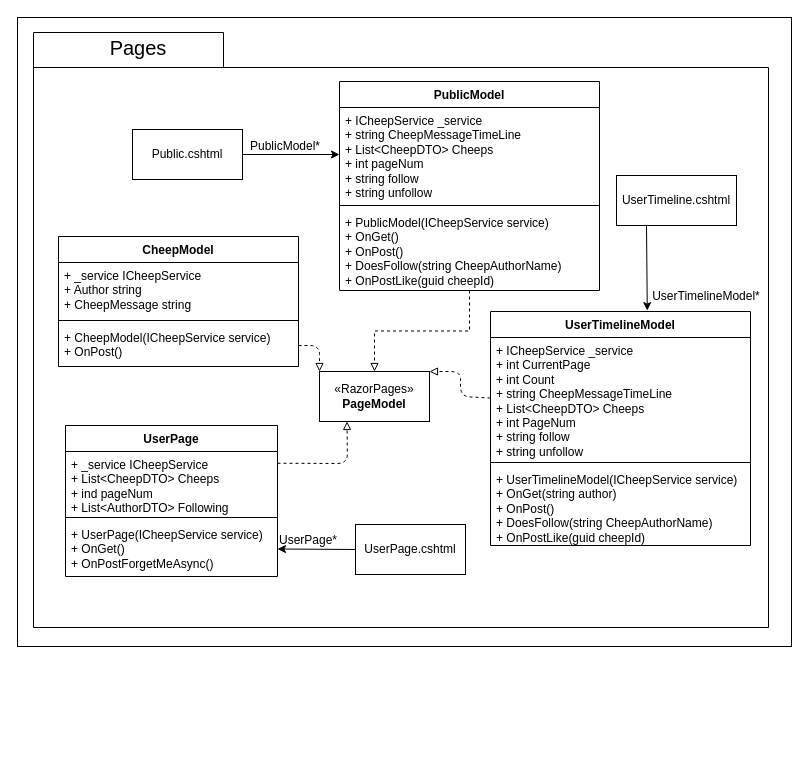
Earlier version of the draw.io diagram Docs/Images/PackagesUMLClassDiagrams/PackagePagesUMLDiagram.drawio (ITU-BDSA23-GROUP4/Chirp). Source tidied: cells renumbered, new cells numbered last; positions are measured from the earlier drawing's top-left corner, leaving out a move shared by most shapes. Both pictures are drawn from the tidied source at 100%, with x=0, y=0 at pixel (17, 17).
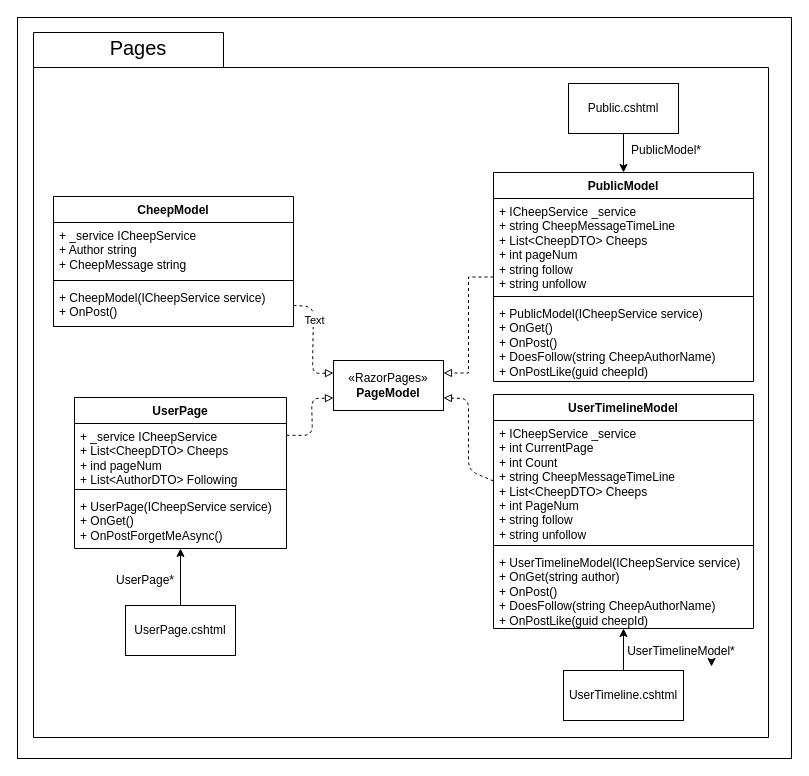
After the change.

Commit message (it also covers changes not shown here):
Adjusted Chirp.Razor UML diagram to fit with the convention Helge told us in lecture 11: Inheritance top-down, Reference: left-right.

The change refers to these unchanged cells:
```xml
<mxCell id="14" value="&lt;font color=&quot;#000000&quot;&gt;+ CheepModel(ICheepService service)&lt;br&gt;+ OnPost()&lt;/font&gt;" style="text;strokeColor=none;fillColor=none;align=left;verticalAlign=top;spacingLeft=4;spacingRight=4;overflow=hidden;points=[[0,0.5],[1,0.5]];portConstraint=eastwest;whiteSpace=wrap;html=1;" parent="11" vertex="1">
  <mxGeometry y="88" width="240" height="42" as="geometry" />
</mxCell>
<mxCell id="19" value="&lt;font color=&quot;#000000&quot;&gt;+ UserPage(ICheepService service)&lt;br&gt;+ OnGet()&lt;br&gt;+ OnPostForgetMeAsync()&lt;br&gt;&lt;/font&gt;" style="text;strokeColor=none;fillColor=none;align=left;verticalAlign=top;spacingLeft=4;spacingRight=4;overflow=hidden;points=[[0,0.5],[1,0.5]];portConstraint=eastwest;whiteSpace=wrap;html=1;" parent="16" vertex="1">
  <mxGeometry y="96" width="212" height="55" as="geometry" />
</mxCell>
<mxCell id="21" value="&lt;font color=&quot;#000000&quot;&gt;+&amp;nbsp;&lt;/font&gt;&lt;span style=&quot;color: rgb(0, 0, 0);&quot;&gt;ICheepService&amp;nbsp;&lt;/span&gt;&lt;font color=&quot;#000000&quot;&gt;_service&lt;br&gt;+ int CurrentPage&lt;br&gt;+ int Count&lt;br&gt;+ string CheepMessageTimeLine&lt;br&gt;+ List&amp;lt;CheepDTO&amp;gt; Cheeps&lt;br&gt;+ int PageNum&lt;br&gt;+ string follow&lt;br&gt;+ string unfollow&lt;br&gt;&lt;/font&gt;" style="text;strokeColor=none;fillColor=none;align=left;verticalAlign=top;spacingLeft=4;spacingRight=4;overflow=hidden;points=[[0,0.5],[1,0.5]];portConstraint=eastwest;whiteSpace=wrap;html=1;" parent="20" vertex="1">
  <mxGeometry y="26" width="260" height="121" as="geometry" />
</mxCell>
<mxCell id="23" value="&lt;font color=&quot;#000000&quot;&gt;+ UserTimelineModel(ICheepService service)&lt;br&gt;+ OnGet(string author)&lt;br&gt;+ OnPost()&lt;br&gt;+ DoesFollow(string CheepAuthorName)&lt;br&gt;+ OnPostLike(guid cheepId)&lt;br&gt;&lt;/font&gt;" style="text;strokeColor=none;fillColor=none;align=left;verticalAlign=top;spacingLeft=4;spacingRight=4;overflow=hidden;points=[[0,0.5],[1,0.5]];portConstraint=eastwest;whiteSpace=wrap;html=1;" parent="20" vertex="1">
  <mxGeometry y="155" width="260" height="79" as="geometry" />
</mxCell>
<mxCell id="27" value="&lt;font color=&quot;#000000&quot;&gt;+&amp;nbsp;&lt;/font&gt;&lt;span style=&quot;color: rgb(0, 0, 0);&quot;&gt;ICheepService&amp;nbsp;&lt;/span&gt;&lt;font color=&quot;#000000&quot;&gt;_service&lt;br&gt;+&amp;nbsp;&lt;/font&gt;&lt;span style=&quot;color: rgb(0, 0, 0);&quot;&gt;string&amp;nbsp;&lt;/span&gt;&lt;font color=&quot;#000000&quot;&gt;CheepMessageTimeLine&lt;br&gt;+ List&amp;lt;CheepDTO&amp;gt; Cheeps&lt;br&gt;+ int pageNum&lt;br&gt;+ string follow&lt;br&gt;+ string unfollow&lt;br&gt;&lt;/font&gt;" style="text;strokeColor=none;fillColor=none;align=left;verticalAlign=top;spacingLeft=4;spacingRight=4;overflow=hidden;points=[[0,0.5],[1,0.5]];portConstraint=eastwest;whiteSpace=wrap;html=1;" parent="26" vertex="1">
  <mxGeometry y="26" width="260" height="94" as="geometry" />
</mxCell>
```

Change to the diagram source:
```diff
@@
     <mxCell id="2" style="rounded=0;whiteSpace=wrap;html=1;fillColor=none;" parent="1" vertex="1">
-      <mxGeometry width="774" height="629" as="geometry" />
+      <mxGeometry width="774" height="741" as="geometry" />
     </mxCell>
     <mxCell id="3" style="shape=folder;fontStyle=1;spacingTop=10;tabWidth=190;tabHeight=35;tabPosition=left;html=1;fillColor=none;strokeColor=#000000;" parent="1" vertex="1">
-      <mxGeometry x="16" y="15" width="735" height="595" as="geometry" />
+      <mxGeometry x="16" y="15" width="735" height="705" as="geometry" />
     </mxCell>
@@
-    <mxCell id="5" style="edgeStyle=none;html=1;exitX=1;exitY=0.5;exitDx=0;exitDy=0;entryX=0;entryY=0.5;entryDx=0;entryDy=0;strokeColor=#000000;" parent="1" edge="1" source="6" target="27">
+    <mxCell id="5" style="edgeStyle=none;html=1;exitX=0.5;exitY=1;exitDx=0;exitDy=0;entryX=0.5;entryY=0;entryDx=0;entryDy=0;strokeColor=#000000;" parent="1" edge="1" source="6" target="26">
       <mxGeometry relative="1" as="geometry" />
     </mxCell>
     <mxCell id="6" value="&lt;font color=&quot;#000000&quot;&gt;Public.cshtml&lt;/font&gt;" style="html=1;whiteSpace=wrap;strokeColor=#000000;fillColor=none;" parent="1" vertex="1">
-      <mxGeometry x="115" y="112" width="110" height="50" as="geometry" />
+      <mxGeometry x="551" y="66" width="110" height="50" as="geometry" />
     </mxCell>
-    <mxCell id="7" style="edgeStyle=none;html=1;exitX=0;exitY=0.5;exitDx=0;exitDy=0;entryX=1;entryY=0.5;entryDx=0;entryDy=0;strokeColor=#000000;endArrow=classic;endFill=1;" parent="1" edge="1" source="8" target="19">
+    <mxCell id="7" style="edgeStyle=none;html=1;exitX=0.5;exitY=0;exitDx=0;exitDy=0;strokeColor=#000000;endArrow=classic;endFill=1;" parent="1" edge="1" source="8" target="19">
       <mxGeometry relative="1" as="geometry" />
     </mxCell>
     <mxCell id="8" value="&lt;font color=&quot;#000000&quot;&gt;UserPage.cshtml&lt;/font&gt;" style="html=1;whiteSpace=wrap;fillColor=none;strokeColor=#000000;" parent="1" vertex="1">
-      <mxGeometry x="338" y="507" width="110" height="50" as="geometry" />
+      <mxGeometry x="108" y="588" width="110" height="50" as="geometry" />
     </mxCell>
-    <mxCell id="9" style="edgeStyle=none;html=1;exitX=0.25;exitY=1;exitDx=0;exitDy=0;entryX=0.603;entryY=-0.004;entryDx=0;entryDy=0;entryPerimeter=0;strokeColor=#000000;" parent="1" edge="1" source="10" target="20">
+    <mxCell id="9" style="edgeStyle=none;html=1;exitX=0.5;exitY=0;exitDx=0;exitDy=0;strokeColor=#000000;" parent="1" edge="1" source="10" target="23">
       <mxGeometry relative="1" as="geometry" />
     </mxCell>
     <mxCell id="10" value="&lt;font color=&quot;#000000&quot;&gt;UserTimeline.cshtml&lt;/font&gt;" style="html=1;whiteSpace=wrap;fillColor=none;strokeColor=#000000;" parent="1" vertex="1">
-      <mxGeometry x="599" y="158" width="120" height="50" as="geometry" />
+      <mxGeometry x="546" y="653" width="120" height="50" as="geometry" />
     </mxCell>
     <mxCell id="11" value="&lt;font color=&quot;#000000&quot;&gt;CheepModel&lt;/font&gt;" style="swimlane;fontStyle=1;align=center;verticalAlign=top;horizontal=1;startSize=26;whiteSpace=wrap;html=1;strokeColor=#000000;fillColor=none;" parent="1" vertex="1">
-      <mxGeometry x="41" y="219" width="240" height="130" as="geometry" />
+      <mxGeometry x="36" y="179" width="240" height="130" as="geometry" />
     </mxCell>
@@
-    <mxCell id="15" style="edgeStyle=none;html=1;exitX=1;exitY=0.25;exitDx=0;exitDy=0;entryX=0.25;entryY=1;entryDx=0;entryDy=0;strokeColor=#000000;endArrow=block;endFill=0;dashed=1;" parent="1" edge="1" source="16" target="24">
+    <mxCell id="15" style="edgeStyle=none;html=1;exitX=1;exitY=0.25;exitDx=0;exitDy=0;entryX=0;entryY=0.75;entryDx=0;entryDy=0;strokeColor=#000000;endArrow=block;endFill=0;dashed=1;" parent="1" edge="1" source="16" target="24">
       <mxGeometry relative="1" as="geometry">
         <Array as="points">
-          <mxPoint x="330" y="446" />
+          <mxPoint x="295" y="418" />
+          <mxPoint x="294" y="381" />
         </Array>
       </mxGeometry>
     </mxCell>
     <mxCell id="16" value="&lt;font color=&quot;#000000&quot;&gt;UserPage&lt;/font&gt;" style="swimlane;fontStyle=1;align=center;verticalAlign=top;horizontal=1;startSize=26;whiteSpace=wrap;html=1;fillColor=none;strokeColor=#000000;" parent="1" vertex="1">
-      <mxGeometry x="48" y="408" width="212" height="151" as="geometry" />
+      <mxGeometry x="57" y="380" width="212" height="151" as="geometry" />
     </mxCell>
@@
     <mxCell id="20" value="&lt;font color=&quot;#000000&quot;&gt;UserTimelineModel&lt;/font&gt;" style="swimlane;fontStyle=1;align=center;verticalAlign=top;horizontal=1;startSize=26;whiteSpace=wrap;html=1;strokeColor=#000000;fillColor=none;" parent="1" vertex="1">
-      <mxGeometry x="473" y="294" width="260" height="234" as="geometry" />
+      <mxGeometry x="476" y="377" width="260" height="234" as="geometry" />
     </mxCell>
@@
     <mxCell id="24" value="&lt;font color=&quot;#000000&quot;&gt;«RazorPages»&lt;br&gt;&lt;b&gt;PageModel&lt;/b&gt;&lt;/font&gt;" style="html=1;whiteSpace=wrap;fillColor=none;strokeColor=#000000;" parent="1" vertex="1">
-      <mxGeometry x="302" y="354" width="110" height="50" as="geometry" />
+      <mxGeometry x="316" y="343" width="110" height="50" as="geometry" />
     </mxCell>
-    <mxCell id="25" style="edgeStyle=orthogonalEdgeStyle;rounded=0;jettySize=auto;html=1;entryX=0.5;entryY=0;entryDx=0;entryDy=0;endArrow=block;endFill=0;strokeColor=#000000;dashed=1;" parent="1" edge="1" source="26" target="24">
+    <mxCell id="25" style="edgeStyle=orthogonalEdgeStyle;rounded=0;jettySize=auto;html=1;entryX=1;entryY=0.25;entryDx=0;entryDy=0;endArrow=block;endFill=0;strokeColor=#000000;dashed=1;" parent="1" edge="1" source="26" target="24">
       <mxGeometry relative="1" as="geometry" />
     </mxCell>
     <mxCell id="26" value="&lt;font color=&quot;#000000&quot;&gt;PublicModel&lt;/font&gt;" style="swimlane;fontStyle=1;align=center;verticalAlign=top;horizontal=1;startSize=26;whiteSpace=wrap;html=1;strokeColor=#000000;fillColor=none;" parent="1" vertex="1">
-      <mxGeometry x="322" y="64" width="260" height="209" as="geometry" />
+      <mxGeometry x="476" y="155" width="260" height="209" as="geometry" />
     </mxCell>
@@
     <mxCell id="30" value="&lt;font color=&quot;#000000&quot;&gt;UserPage*&lt;/font&gt;" style="text;html=1;strokeColor=none;fillColor=none;align=center;verticalAlign=middle;whiteSpace=wrap;rounded=0;" parent="1" vertex="1">
-      <mxGeometry x="261" y="508" width="60" height="30" as="geometry" />
+      <mxGeometry x="98" y="548" width="60" height="30" as="geometry" />
     </mxCell>
     <mxCell id="31" value="&lt;font color=&quot;#000000&quot;&gt;UserTimelineModel*&lt;/font&gt;" style="text;html=1;strokeColor=none;fillColor=none;align=center;verticalAlign=middle;whiteSpace=wrap;rounded=0;" parent="1" vertex="1">
-      <mxGeometry x="659" y="264" width="60" height="30" as="geometry" />
+      <mxGeometry x="634" y="619" width="60" height="30" as="geometry" />
     </mxCell>
     <mxCell id="32" value="&lt;font color=&quot;#000000&quot;&gt;PublicModel*&lt;/font&gt;" style="text;html=1;strokeColor=none;fillColor=none;align=center;verticalAlign=middle;whiteSpace=wrap;rounded=0;" parent="1" vertex="1">
-      <mxGeometry x="238" y="114" width="60" height="30" as="geometry" />
+      <mxGeometry x="619" y="118" width="60" height="30" as="geometry" />
     </mxCell>
-    <mxCell id="33" style="edgeStyle=none;html=1;exitX=1;exitY=0.5;exitDx=0;exitDy=0;entryX=0;entryY=0;entryDx=0;entryDy=0;strokeColor=#000000;endArrow=block;endFill=0;dashed=1;" parent="1" edge="1" source="14" target="24">
+    <mxCell id="33" style="edgeStyle=none;html=1;exitX=1;exitY=0.5;exitDx=0;exitDy=0;entryX=0;entryY=0.25;entryDx=0;entryDy=0;strokeColor=#000000;endArrow=block;endFill=0;dashed=1;" parent="1" edge="1" source="14" target="24">
       <mxGeometry relative="1" as="geometry">
         <Array as="points">
-          <mxPoint x="302" y="328" />
+          <mxPoint x="296" y="289" />
+          <mxPoint x="295" y="356" />
         </Array>
       </mxGeometry>
     </mxCell>
+    <mxCell id="35" value="Text" style="edgeLabel;html=1;align=center;verticalAlign=middle;" parent="33" vertex="1">
+      <mxGeometry x="-0.37" y="1" relative="1" as="geometry" />
+    </mxCell>
-    <mxCell id="34" style="edgeStyle=none;html=1;exitX=0;exitY=0.5;exitDx=0;exitDy=0;entryX=1;entryY=0;entryDx=0;entryDy=0;strokeColor=#000000;endArrow=block;endFill=0;dashed=1;" parent="1" edge="1" source="21" target="24">
+    <mxCell id="34" style="edgeStyle=none;html=1;exitX=0;exitY=0.5;exitDx=0;exitDy=0;entryX=1;entryY=0.75;entryDx=0;entryDy=0;strokeColor=#000000;endArrow=block;endFill=0;dashed=1;" parent="1" edge="1" source="21" target="24">
       <mxGeometry relative="1" as="geometry">
         <Array as="points">
-          <mxPoint x="443" y="379" />
-          <mxPoint x="443" y="354" />
+          <mxPoint x="451" y="453" />
+          <mxPoint x="451" y="381" />
         </Array>
       </mxGeometry>
     </mxCell>
+    <mxCell id="36" style="edgeStyle=none;html=1;exitX=1;exitY=0.75;exitDx=0;exitDy=0;entryX=1;entryY=1;entryDx=0;entryDy=0;" parent="1" edge="1" source="31" target="31">
+      <mxGeometry relative="1" as="geometry" />
+    </mxCell>
```
